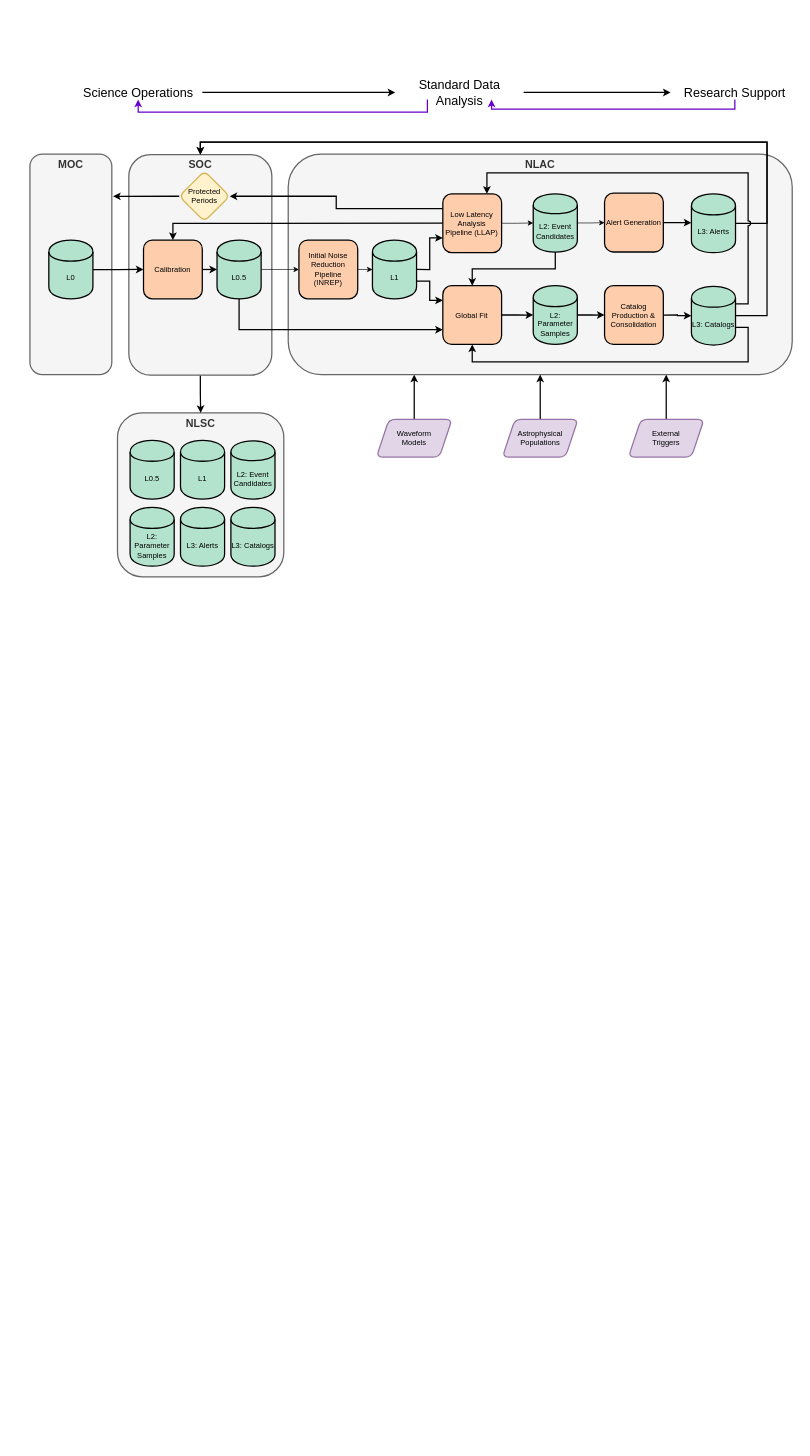
Before: page "Overview" (1 of 5) of LISADataFlow.drawio in tlittenberg/ldasoft, a draw.io diagram. Source tidied: cells renumbered, new cells numbered last; positions are measured from the earlier drawing's top-left corner, leaving out a move shared by most shapes. Both pictures are drawn from the tidied source at 63%, with x=0, y=0 at pixel (30, 85).
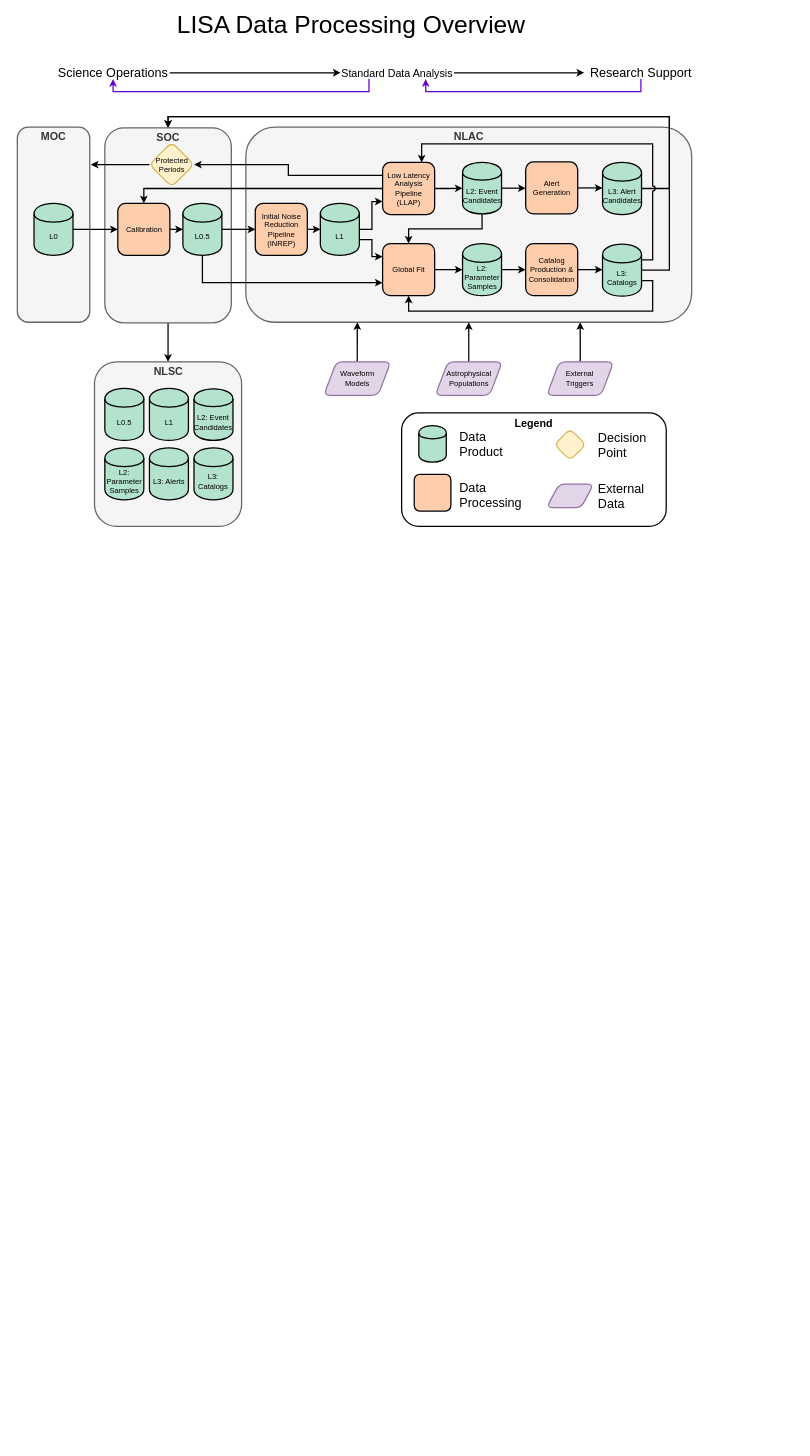
The same page after the edit.

Diff of the diagram source:
```diff
@@
+    <mxCell id="4" style="group;strokeWidth=2;" parent="1" vertex="1">
+      <mxGeometry x="806.5" y="317.5" width="80" height="1840" as="geometry" />
+    </mxCell>
+    <mxCell id="62" value="LISA Data Processing Overview" style="text;html=1;align=center;verticalAlign=middle;whiteSpace=wrap;rounded=0;fontSize=39;" parent="1" vertex="1">
+      <mxGeometry x="-30" y="-110" width="1080" height="30" as="geometry" />
+    </mxCell>
     <mxCell id="2" value="NLSC" style="rounded=1;whiteSpace=wrap;html=1;fillColor=#f5f5f5;strokeColor=#666666;fontColor=#333333;verticalAlign=top;fontSize=17;fontStyle=1;strokeWidth=2;" parent="1" vertex="1">
-      <mxGeometry x="139" y="520" width="264" height="260" as="geometry" />
+      <mxGeometry x="102.5" y="438.9" width="233.5" height="261.1" as="geometry" />
     </mxCell>
     <mxCell id="3" value="MOC" style="rounded=1;whiteSpace=wrap;html=1;fillColor=#f5f5f5;strokeColor=#666666;fontColor=#333333;verticalAlign=top;fontSize=17;fontStyle=1;strokeWidth=2;" parent="1" vertex="1">
-      <mxGeometry y="109" width="130" height="350" as="geometry" />
+      <mxGeometry x="-20" y="66.4" width="115" height="309.6" as="geometry" />
     </mxCell>
-    <mxCell id="4" style="group;strokeWidth=2;" parent="1" vertex="1">
-      <mxGeometry x="806.5" y="317.5" width="80" height="1840" as="geometry" />
-    </mxCell>
     <mxCell id="5" value="Science Operations" style="text;html=1;strokeColor=none;fillColor=none;align=center;verticalAlign=middle;whiteSpace=wrap;rounded=0;fontSize=20;" parent="1" vertex="1">
-      <mxGeometry x="70" width="203.7" height="22.6" as="geometry" />
+      <mxGeometry x="41.9" y="-30" width="180.2" height="20" as="geometry" />
     </mxCell>
@@
-    <mxCell id="7" value="Standard Data Analysis" style="text;html=1;strokeColor=none;fillColor=none;align=center;verticalAlign=middle;whiteSpace=wrap;rounded=0;fontSize=20;" parent="1" vertex="1">
-      <mxGeometry x="580" width="203.7" height="22.6" as="geometry" />
+    <mxCell id="7" value="&lt;font style=&quot;font-size: 17px;&quot;&gt;Standard Data Analysis&lt;/font&gt;" style="text;html=1;strokeColor=none;fillColor=none;align=center;verticalAlign=middle;whiteSpace=wrap;rounded=0;fontSize=20;" parent="1" vertex="1">
+      <mxGeometry x="493.1" y="-30" width="180.2" height="20" as="geometry" />
     </mxCell>
@@
     <mxCell id="9" style="edgeStyle=orthogonalEdgeStyle;rounded=0;jettySize=auto;html=1;entryX=0.75;entryY=1;entryDx=0;entryDy=0;fontSize=20;strokeColor=#6600CC;strokeWidth=2;" parent="1" edge="1" source="10" target="7">
       <mxGeometry relative="1" as="geometry">
         <Array as="points">
-          <mxPoint x="802.7" y="37.7" />
-          <mxPoint x="571.1" y="37.7" />
+          <mxPoint x="970" y="10" />
+          <mxPoint x="628" y="10" />
         </Array>
       </mxGeometry>
     </mxCell>
     <mxCell id="10" value="Research Support" style="text;html=1;strokeColor=none;fillColor=none;align=center;verticalAlign=middle;whiteSpace=wrap;rounded=0;fontSize=20;" parent="1" vertex="1">
-      <mxGeometry x="1017" width="203.7" height="22.6" as="geometry" />
+      <mxGeometry x="879.7" y="-30" width="180.2" height="20" as="geometry" />
     </mxCell>
@@
     <mxCell id="13" value="Waveform &lt;br&gt;Models" style="shape=parallelogram;perimeter=parallelogramPerimeter;whiteSpace=wrap;html=1;fixedSize=1;rounded=1;fillColor=#e1d5e7;strokeColor=#9673a6;strokeWidth=2;" parent="1" vertex="1">
-      <mxGeometry x="550" y="530" width="120" height="60" as="geometry" />
+      <mxGeometry x="466.5" y="438.8" width="106.2" height="53.1" as="geometry" />
     </mxCell>
@@
     <mxCell id="15" value="External &lt;br&gt;Triggers" style="shape=parallelogram;perimeter=parallelogramPerimeter;whiteSpace=wrap;html=1;fixedSize=1;rounded=1;fillColor=#e1d5e7;strokeColor=#9673a6;strokeWidth=2;" parent="1" vertex="1">
-      <mxGeometry x="950" y="530" width="120" height="60" as="geometry" />
+      <mxGeometry x="820.4" y="438.8" width="106.2" height="53.1" as="geometry" />
     </mxCell>
     <mxCell id="16" value="NLAC" style="rounded=1;whiteSpace=wrap;html=1;fillColor=#f5f5f5;strokeColor=#666666;fontColor=#333333;verticalAlign=top;fontSize=17;fontStyle=1;strokeWidth=2;" parent="1" vertex="1">
-      <mxGeometry x="410" y="109" width="800" height="350" as="geometry" />
+      <mxGeometry x="342.7" y="66.4" width="707.7" height="309.6" as="geometry" />
     </mxCell>
@@
     <mxCell id="18" value="SOC" style="rounded=1;whiteSpace=wrap;html=1;fillColor=#f5f5f5;strokeColor=#666666;fontColor=#333333;verticalAlign=top;fontSize=17;fontStyle=1;strokeWidth=2;" parent="1" vertex="1">
-      <mxGeometry x="157" y="110" width="227" height="350" as="geometry" />
+      <mxGeometry x="118.9" y="67.3" width="200.8" height="309.6" as="geometry" />
     </mxCell>
     <mxCell id="19" value="Calibration" style="whiteSpace=wrap;html=1;fillColor=#fdcdac;strokeWidth=2;rounded=1;" parent="1" vertex="1">
-      <mxGeometry x="180.3" y="245.6" width="93.3" height="93.3" as="geometry" />
+      <mxGeometry x="139.5" y="187.2" width="82.6" height="82.6" as="geometry" />
     </mxCell>
     <mxCell id="20" value="Global Fit" style="whiteSpace=wrap;html=1;fillColor=#fdcdac;strokeWidth=2;rounded=1;" parent="1" vertex="1">
-      <mxGeometry x="655.4" y="317.9" width="93.3" height="93.3" as="geometry" />
+      <mxGeometry x="559.8" y="251.2" width="82.6" height="82.6" as="geometry" />
     </mxCell>
     <mxCell id="21" value="L2: Parameter Samples" style="shape=cylinder;whiteSpace=wrap;html=1;boundedLbl=1;backgroundOutline=1;fillColor=#b3e2cd;strokeWidth=2;" parent="1" vertex="1">
-      <mxGeometry x="798.9" y="317.9" width="70" height="93.3" as="geometry" />
+      <mxGeometry x="686.7" y="251.2" width="61.9" height="82.6" as="geometry" />
     </mxCell>
     <mxCell id="22" style="edgeStyle=orthogonalEdgeStyle;rounded=0;jettySize=auto;html=1;entryX=0;entryY=0.5;entryDx=0;entryDy=0;strokeWidth=2;strokeColor=#000000;" parent="1" edge="1" source="20" target="21">
-      <mxGeometry x="117" y="237.9" as="geometry" />
+      <mxGeometry x="113.5" y="310.4" as="geometry" />
     </mxCell>
     <mxCell id="23" style="edgeStyle=orthogonalEdgeStyle;rounded=0;jettySize=auto;html=1;entryX=0.5;entryY=0;entryDx=0;entryDy=0;exitX=0.5;exitY=1;exitDx=0;exitDy=0;strokeColor=#000000;strokeWidth=2;" parent="1" edge="1" source="27" target="20">
-      <mxGeometry x="117" y="237.9" as="geometry" />
+      <mxGeometry x="113.5" y="310.4" as="geometry" />
     </mxCell>
@@
     <mxCell id="26" value="Low Latency Analysis &lt;br&gt;Pipeline (LLAP)" style="whiteSpace=wrap;html=1;fillColor=#fdcdac;strokeWidth=2;rounded=1;" parent="1" vertex="1">
-      <mxGeometry x="655.4" y="172.2" width="93.3" height="93.3" as="geometry" />
+      <mxGeometry x="559.8" y="122.4" width="82.6" height="82.6" as="geometry" />
     </mxCell>
     <mxCell id="27" value="L2:&amp;nbsp;Event Candidates" style="shape=cylinder;whiteSpace=wrap;html=1;boundedLbl=1;backgroundOutline=1;fillColor=#b3e2cd;strokeWidth=2;" parent="1" vertex="1">
-      <mxGeometry x="798.9" y="172.2" width="70" height="92.4" as="geometry" />
+      <mxGeometry x="686.7" y="122.3" width="61.9" height="81.8" as="geometry" />
     </mxCell>
-    <mxCell id="28" style="edgeStyle=orthogonalEdgeStyle;rounded=0;jettySize=auto;html=1;entryX=0;entryY=0.5;entryDx=0;entryDy=0;" parent="1" edge="1" source="26" target="27">
-      <mxGeometry x="117" y="237.9" as="geometry" />
+    <mxCell id="28" style="edgeStyle=orthogonalEdgeStyle;rounded=0;jettySize=auto;html=1;entryX=0;entryY=0.5;entryDx=0;entryDy=0;strokeWidth=2;" parent="1" edge="1" source="26" target="27">
+      <mxGeometry x="113.5" y="310.4" as="geometry" />
     </mxCell>
     <mxCell id="29" value="Catalog Production &amp;amp; Consolidation" style="whiteSpace=wrap;html=1;fillColor=#fdcdac;strokeWidth=2;rounded=1;" parent="1" vertex="1">
-      <mxGeometry x="912.1" y="317.9" width="93.3" height="93.3" as="geometry" />
+      <mxGeometry x="786.9" y="251.2" width="82.6" height="82.6" as="geometry" />
     </mxCell>
     <mxCell id="30" style="edgeStyle=orthogonalEdgeStyle;rounded=0;jettySize=auto;html=1;entryX=0;entryY=0.5;entryDx=0;entryDy=0;strokeWidth=2;strokeColor=#000000;" parent="1" edge="1" source="21" target="29">
-      <mxGeometry x="117" y="237.9" as="geometry" />
+      <mxGeometry x="113.5" y="310.4" as="geometry" />
     </mxCell>
     <mxCell id="31" style="edgeStyle=orthogonalEdgeStyle;rounded=0;jettySize=auto;html=1;entryX=0.5;entryY=1;entryDx=0;entryDy=0;fontSize=20;strokeColor=#000000;exitX=1;exitY=0.7;exitDx=0;exitDy=0;strokeWidth=2;" parent="1" edge="1" source="33" target="20">
-      <mxGeometry x="117" y="237.9" as="geometry">
+      <mxGeometry x="113.5" y="310.4" as="geometry">
         <Array as="points">
-          <mxPoint x="1140" y="384" />
-          <mxPoint x="1140" y="439" />
-          <mxPoint x="702" y="439" />
+          <mxPoint x="988.5" y="309.7" />
+          <mxPoint x="988.5" y="358.3" />
+          <mxPoint x="601" y="358.3" />
         </Array>
       </mxGeometry>
     </mxCell>
     <mxCell id="32" style="edgeStyle=orthogonalEdgeStyle;rounded=0;jettySize=auto;html=1;exitX=1;exitY=0.5;exitDx=0;exitDy=0;entryX=0.5;entryY=0;entryDx=0;entryDy=0;strokeWidth=2;" parent="1" edge="1" source="33" target="18">
       <mxGeometry relative="1" as="geometry">
         <Array as="points">
-          <mxPoint x="1170" y="366" />
-          <mxPoint x="1170" y="90" />
-          <mxPoint x="270" y="90" />
-          <mxPoint x="270" y="110" />
+          <mxPoint x="1015" y="293.8" />
+          <mxPoint x="1015" y="49.6" />
+          <mxPoint x="218.8" y="49.6" />
+          <mxPoint x="218.8" y="67.3" />
         </Array>
       </mxGeometry>
     </mxCell>
     <mxCell id="33" value="L3: Catalogs" style="shape=cylinder;whiteSpace=wrap;html=1;boundedLbl=1;backgroundOutline=1;fillColor=#b3e2cd;strokeWidth=2;" parent="1" vertex="1">
-      <mxGeometry x="1050" y="318.9" width="70" height="93.3" as="geometry" />
+      <mxGeometry x="908.9" y="252.1" width="61.9" height="82.6" as="geometry" />
     </mxCell>
     <mxCell id="34" style="edgeStyle=orthogonalEdgeStyle;rounded=0;jettySize=auto;html=1;exitX=1;exitY=0.5;exitDx=0;exitDy=0;entryX=0;entryY=0.5;entryDx=0;entryDy=0;strokeWidth=2;strokeColor=#000000;" parent="1" edge="1" source="29" target="33">
-      <mxGeometry x="117" y="237.9" as="geometry" />
+      <mxGeometry x="113.5" y="310.4" as="geometry" />
     </mxCell>
     <mxCell id="35" style="edgeStyle=orthogonalEdgeStyle;rounded=0;jettySize=auto;html=1;exitX=1;exitY=0.5;exitDx=0;exitDy=0;entryX=0;entryY=0.75;entryDx=0;entryDy=0;strokeWidth=2;strokeColor=#000000;" parent="1" edge="1" source="53" target="26">
-      <mxGeometry x="117" y="237.9" as="geometry" />
+      <mxGeometry x="113.5" y="310.4" as="geometry" />
     </mxCell>
@@
-    <mxCell id="37" style="edgeStyle=orthogonalEdgeStyle;rounded=0;jettySize=auto;html=1;exitX=1;exitY=0.5;exitDx=0;exitDy=0;entryX=0;entryY=0.5;entryDx=0;entryDy=0;" parent="1" edge="1" source="38" target="52">
+    <mxCell id="37" style="edgeStyle=orthogonalEdgeStyle;rounded=0;jettySize=auto;html=1;exitX=1;exitY=0.5;exitDx=0;exitDy=0;entryX=0;entryY=0.5;entryDx=0;entryDy=0;strokeWidth=2;" parent="1" edge="1" source="38" target="52">
       <mxGeometry relative="1" as="geometry" />
     </mxCell>
     <mxCell id="38" value="L0.5" style="shape=cylinder;whiteSpace=wrap;html=1;boundedLbl=1;backgroundOutline=1;fillColor=#b3e2cd;strokeWidth=2;" parent="1" vertex="1">
-      <mxGeometry x="297" y="245.6" width="70" height="93.3" as="geometry" />
+      <mxGeometry x="242.8" y="187.2" width="61.9" height="82.6" as="geometry" />
     </mxCell>
     <mxCell id="39" style="edgeStyle=orthogonalEdgeStyle;rounded=0;jettySize=auto;html=1;exitX=1;exitY=0.5;exitDx=0;exitDy=0;entryX=0;entryY=0.5;entryDx=0;entryDy=0;strokeWidth=2;strokeColor=#000000;" parent="1" edge="1" source="19" target="38">
-      <mxGeometry x="117" y="237.9" as="geometry" />
+      <mxGeometry x="113.5" y="310.4" as="geometry" />
     </mxCell>
     <mxCell id="40" style="edgeStyle=orthogonalEdgeStyle;rounded=0;jettySize=auto;html=1;entryX=0;entryY=0.5;entryDx=0;entryDy=0;strokeWidth=2;strokeColor=#000000;" parent="1" edge="1" source="42" target="19">
-      <mxGeometry x="117" y="237.9" as="geometry" />
+      <mxGeometry x="113.5" y="310.4" as="geometry" />
     </mxCell>
@@
     <mxCell id="42" value="L0" style="shape=cylinder;whiteSpace=wrap;html=1;boundedLbl=1;backgroundOutline=1;fillColor=#b3e2cd;strokeWidth=2;" parent="1" vertex="1">
-      <mxGeometry x="30" y="245.6" width="70" height="93.3" as="geometry" />
+      <mxGeometry x="6.5" y="187.2" width="61.9" height="82.6" as="geometry" />
     </mxCell>
     <mxCell id="43" style="edgeStyle=orthogonalEdgeStyle;rounded=0;jettySize=auto;html=1;entryX=0.5;entryY=0;entryDx=0;entryDy=0;strokeWidth=2;" parent="1" edge="1" source="44" target="18">
       <mxGeometry relative="1" as="geometry">
         <Array as="points">
-          <mxPoint x="1170" y="219" />
-          <mxPoint x="1170" y="90" />
-          <mxPoint x="270" y="90" />
-          <mxPoint x="270" y="110" />
+          <mxPoint x="1015" y="163.7" />
+          <mxPoint x="1015" y="49.6" />
+          <mxPoint x="218.8" y="49.6" />
+          <mxPoint x="218.8" y="67.3" />
         </Array>
       </mxGeometry>
     </mxCell>
-    <mxCell id="44" value="L3: Alerts" style="shape=cylinder;whiteSpace=wrap;html=1;boundedLbl=1;backgroundOutline=1;fillColor=#b3e2cd;strokeWidth=2;" parent="1" vertex="1">
-      <mxGeometry x="1050" y="172.3" width="70" height="93.3" as="geometry" />
+    <mxCell id="44" value="L3: Alert Candidates" style="shape=cylinder;whiteSpace=wrap;html=1;boundedLbl=1;backgroundOutline=1;fillColor=#b3e2cd;strokeWidth=2;" parent="1" vertex="1">
+      <mxGeometry x="908.9" y="122.4" width="61.9" height="82.6" as="geometry" />
     </mxCell>
     <mxCell id="45" value="Alert Generation" style="whiteSpace=wrap;html=1;fillColor=#fdcdac;strokeWidth=2;rounded=1;" parent="1" vertex="1">
-      <mxGeometry x="912.1" y="171.2" width="93.3" height="93.3" as="geometry" />
+      <mxGeometry x="786.9" y="121.5" width="82.6" height="82.6" as="geometry" />
     </mxCell>
     <mxCell id="46" style="edgeStyle=orthogonalEdgeStyle;rounded=0;jettySize=auto;html=1;exitX=1;exitY=0.5;exitDx=0;exitDy=0;jumpStyle=arc;strokeWidth=2;strokeColor=#000000;" parent="1" edge="1" source="45" target="44">
       <mxGeometry relative="1" as="geometry">
         <Array as="points">
-          <mxPoint x="1010" y="218" />
-          <mxPoint x="1010" y="218" />
+          <mxPoint x="873.5" y="162.8" />
+          <mxPoint x="873.5" y="162.8" />
         </Array>
       </mxGeometry>
     </mxCell>
-    <mxCell id="47" style="edgeStyle=orthogonalEdgeStyle;rounded=0;jettySize=auto;html=1;exitX=1;exitY=0.5;exitDx=0;exitDy=0;entryX=0;entryY=0.5;entryDx=0;entryDy=0;" parent="1" edge="1" source="27" target="45">
+    <mxCell id="47" style="edgeStyle=orthogonalEdgeStyle;rounded=0;jettySize=auto;html=1;exitX=1;exitY=0.5;exitDx=0;exitDy=0;entryX=0;entryY=0.5;entryDx=0;entryDy=0;strokeWidth=2;" parent="1" edge="1" source="27" target="45">
       <mxGeometry relative="1" as="geometry" />
     </mxCell>
     <mxCell id="48" style="edgeStyle=orthogonalEdgeStyle;rounded=0;jettySize=auto;html=1;entryX=0.75;entryY=0;entryDx=0;entryDy=0;exitX=1;exitY=0.3;exitDx=0;exitDy=0;strokeColor=#000000;jumpStyle=arc;strokeWidth=2;" parent="1" edge="1" source="33" target="26">
-      <mxGeometry x="117" y="237.9" as="geometry">
+      <mxGeometry x="113.5" y="310.4" as="geometry">
         <Array as="points">
-          <mxPoint x="1140" y="347" />
-          <mxPoint x="1140" y="139" />
-          <mxPoint x="725" y="139" />
+          <mxPoint x="988.5" y="277" />
+          <mxPoint x="988.5" y="93" />
+          <mxPoint x="621.4" y="93" />
         </Array>
       </mxGeometry>
     </mxCell>
@@
     <mxCell id="50" value="Protected Periods" style="rhombus;whiteSpace=wrap;html=1;rounded=1;fontSize=12;fillColor=#fff2cc;strokeColor=#d6b656;strokeWidth=2;" parent="1" vertex="1">
-      <mxGeometry x="237" y="136" width="80" height="80" as="geometry" />
+      <mxGeometry x="189.7" y="90.3" width="70.8" height="70.8" as="geometry" />
     </mxCell>
-    <mxCell id="51" style="edgeStyle=orthogonalEdgeStyle;rounded=0;jettySize=auto;html=1;exitX=1;exitY=0.5;exitDx=0;exitDy=0;entryX=0;entryY=0.5;entryDx=0;entryDy=0;" parent="1" edge="1" source="52" target="53">
+    <mxCell id="51" style="edgeStyle=orthogonalEdgeStyle;rounded=0;jettySize=auto;html=1;exitX=1;exitY=0.5;exitDx=0;exitDy=0;entryX=0;entryY=0.5;entryDx=0;entryDy=0;strokeWidth=2;" parent="1" edge="1" source="52" target="53">
       <mxGeometry relative="1" as="geometry" />
     </mxCell>
     <mxCell id="52" value="Initial Noise Reduction Pipeline &lt;br&gt;(INREP)" style="whiteSpace=wrap;html=1;fillColor=#fdcdac;strokeWidth=2;rounded=1;" parent="1" vertex="1">
-      <mxGeometry x="427" y="245.6" width="93.3" height="93.3" as="geometry" />
+      <mxGeometry x="357.7" y="187.2" width="82.6" height="82.6" as="geometry" />
     </mxCell>
     <mxCell id="53" value="L1" style="shape=cylinder;whiteSpace=wrap;html=1;boundedLbl=1;backgroundOutline=1;fillColor=#b3e2cd;strokeWidth=2;" parent="1" vertex="1">
-      <mxGeometry x="543.7" y="245.6" width="70" height="93.3" as="geometry" />
+      <mxGeometry x="461" y="187.2" width="61.9" height="82.6" as="geometry" />
     </mxCell>
     <mxCell id="54" value="L2: Parameter Samples" style="shape=cylinder;whiteSpace=wrap;html=1;boundedLbl=1;backgroundOutline=1;fillColor=#b3e2cd;strokeWidth=2;" parent="1" vertex="1">
-      <mxGeometry x="159" y="670" width="70" height="93.3" as="geometry" />
+      <mxGeometry x="118.9" y="575.3" width="61.9" height="82.6" as="geometry" />
     </mxCell>
     <mxCell id="55" value="L2:&amp;nbsp;Event Candidates" style="shape=cylinder;whiteSpace=wrap;html=1;boundedLbl=1;backgroundOutline=1;fillColor=#b3e2cd;strokeWidth=2;" parent="1" vertex="1">
-      <mxGeometry x="319" y="564.3" width="70" height="92.4" as="geometry" />
+      <mxGeometry x="260.4" y="481.8" width="61.9" height="81.8" as="geometry" />
     </mxCell>
     <mxCell id="56" value="L3: Catalogs" style="shape=cylinder;whiteSpace=wrap;html=1;boundedLbl=1;backgroundOutline=1;fillColor=#b3e2cd;strokeWidth=2;" parent="1" vertex="1">
-      <mxGeometry x="319" y="670" width="70" height="93.3" as="geometry" />
+      <mxGeometry x="260.4" y="575.3" width="61.9" height="82.6" as="geometry" />
     </mxCell>
     <mxCell id="57" value="L0.5" style="shape=cylinder;whiteSpace=wrap;html=1;boundedLbl=1;backgroundOutline=1;fillColor=#b3e2cd;strokeWidth=2;" parent="1" vertex="1">
-      <mxGeometry x="159" y="563.4" width="70" height="93.3" as="geometry" />
+      <mxGeometry x="118.9" y="481" width="61.9" height="82.6" as="geometry" />
     </mxCell>
     <mxCell id="58" value="L3: Alerts" style="shape=cylinder;whiteSpace=wrap;html=1;boundedLbl=1;backgroundOutline=1;fillColor=#b3e2cd;strokeWidth=2;" parent="1" vertex="1">
-      <mxGeometry x="239" y="670" width="70" height="93.3" as="geometry" />
+      <mxGeometry x="189.7" y="575.3" width="61.9" height="82.6" as="geometry" />
     </mxCell>
     <mxCell id="59" value="L1" style="shape=cylinder;whiteSpace=wrap;html=1;boundedLbl=1;backgroundOutline=1;fillColor=#b3e2cd;strokeWidth=2;" parent="1" vertex="1">
-      <mxGeometry x="239" y="563.4" width="70" height="93.3" as="geometry" />
+      <mxGeometry x="189.7" y="481" width="61.9" height="82.6" as="geometry" />
     </mxCell>
@@
     <mxCell id="61" value="Astrophysical Populations" style="shape=parallelogram;perimeter=parallelogramPerimeter;whiteSpace=wrap;html=1;fixedSize=1;rounded=1;fillColor=#e1d5e7;strokeColor=#9673a6;strokeWidth=2;" parent="1" vertex="1">
-      <mxGeometry x="750" y="530" width="120" height="60" as="geometry" />
+      <mxGeometry x="643.5" y="438.8" width="106.2" height="53.1" as="geometry" />
     </mxCell>
+    <mxCell id="63" style="group;" parent="1" vertex="1">
+      <mxGeometry x="610" y="540" width="404.3" height="289.6" as="geometry" />
+    </mxCell>
+    <mxCell id="64" style="group;" parent="63" vertex="1">
+      <mxGeometry x="-20" y="-20" width="444.3" height="180" as="geometry" />
+    </mxCell>
+    <mxCell id="65" value="Legend" style="rounded=1;whiteSpace=wrap;html=1;verticalAlign=top;fontSize=17;fontStyle=1;strokeWidth=2;" parent="64" vertex="1">
+      <mxGeometry width="420" height="180" as="geometry" />
+    </mxCell>
+    <mxCell id="66" style="shape=cylinder;whiteSpace=wrap;html=1;boundedLbl=1;backgroundOutline=1;fillColor=#b3e2cd;strokeWidth=2;" parent="64" vertex="1">
+      <mxGeometry x="27.3" y="20" width="43.6" height="58.2" as="geometry" />
+    </mxCell>
+    <mxCell id="67" style="shape=parallelogram;perimeter=parallelogramPerimeter;whiteSpace=wrap;html=1;fixedSize=1;rounded=1;fillColor=#e1d5e7;strokeColor=#9673a6;strokeWidth=2;" parent="64" vertex="1">
+      <mxGeometry x="230" y="112.9" width="74.8" height="37.4" as="geometry" />
+    </mxCell>
+    <mxCell id="68" style="whiteSpace=wrap;html=1;fillColor=#fdcdac;strokeWidth=2;rounded=1;" parent="64" vertex="1">
+      <mxGeometry x="20" y="97.5" width="58.2" height="58.2" as="geometry" />
+    </mxCell>
+    <mxCell id="69" style="rhombus;whiteSpace=wrap;html=1;rounded=1;fontSize=12;fillColor=#fff2cc;strokeColor=#d6b656;strokeWidth=2;" parent="64" vertex="1">
+      <mxGeometry x="242.5" y="25.3" width="49.9" height="49.9" as="geometry" />
+    </mxCell>
+    <mxCell id="70" value="Data&amp;nbsp;&lt;div&gt;Product&lt;/div&gt;" style="text;html=1;strokeColor=none;fillColor=none;align=left;verticalAlign=middle;whiteSpace=wrap;rounded=0;fontSize=20;" parent="64" vertex="1">
+      <mxGeometry x="90" y="39.1" width="134.3" height="20" as="geometry" />
+    </mxCell>
+    <mxCell id="71" value="Data Processing" style="text;html=1;strokeColor=none;fillColor=none;align=left;verticalAlign=middle;whiteSpace=wrap;rounded=0;fontSize=20;" parent="64" vertex="1">
+      <mxGeometry x="90" y="120.4" width="134.3" height="20" as="geometry" />
+    </mxCell>
+    <mxCell id="72" value="Decision&amp;nbsp;&lt;div&gt;Point&lt;/div&gt;" style="text;html=1;strokeColor=none;fillColor=none;align=left;verticalAlign=middle;whiteSpace=wrap;rounded=0;fontSize=20;" parent="64" vertex="1">
+      <mxGeometry x="310" y="40.3" width="134.3" height="20" as="geometry" />
+    </mxCell>
+    <mxCell id="73" value="External&amp;nbsp;&lt;div&gt;Data&lt;/div&gt;" style="text;html=1;strokeColor=none;fillColor=none;align=left;verticalAlign=middle;whiteSpace=wrap;rounded=0;fontSize=20;" parent="64" vertex="1">
+      <mxGeometry x="310" y="121.6" width="134.3" height="20" as="geometry" />
+    </mxCell>
```
